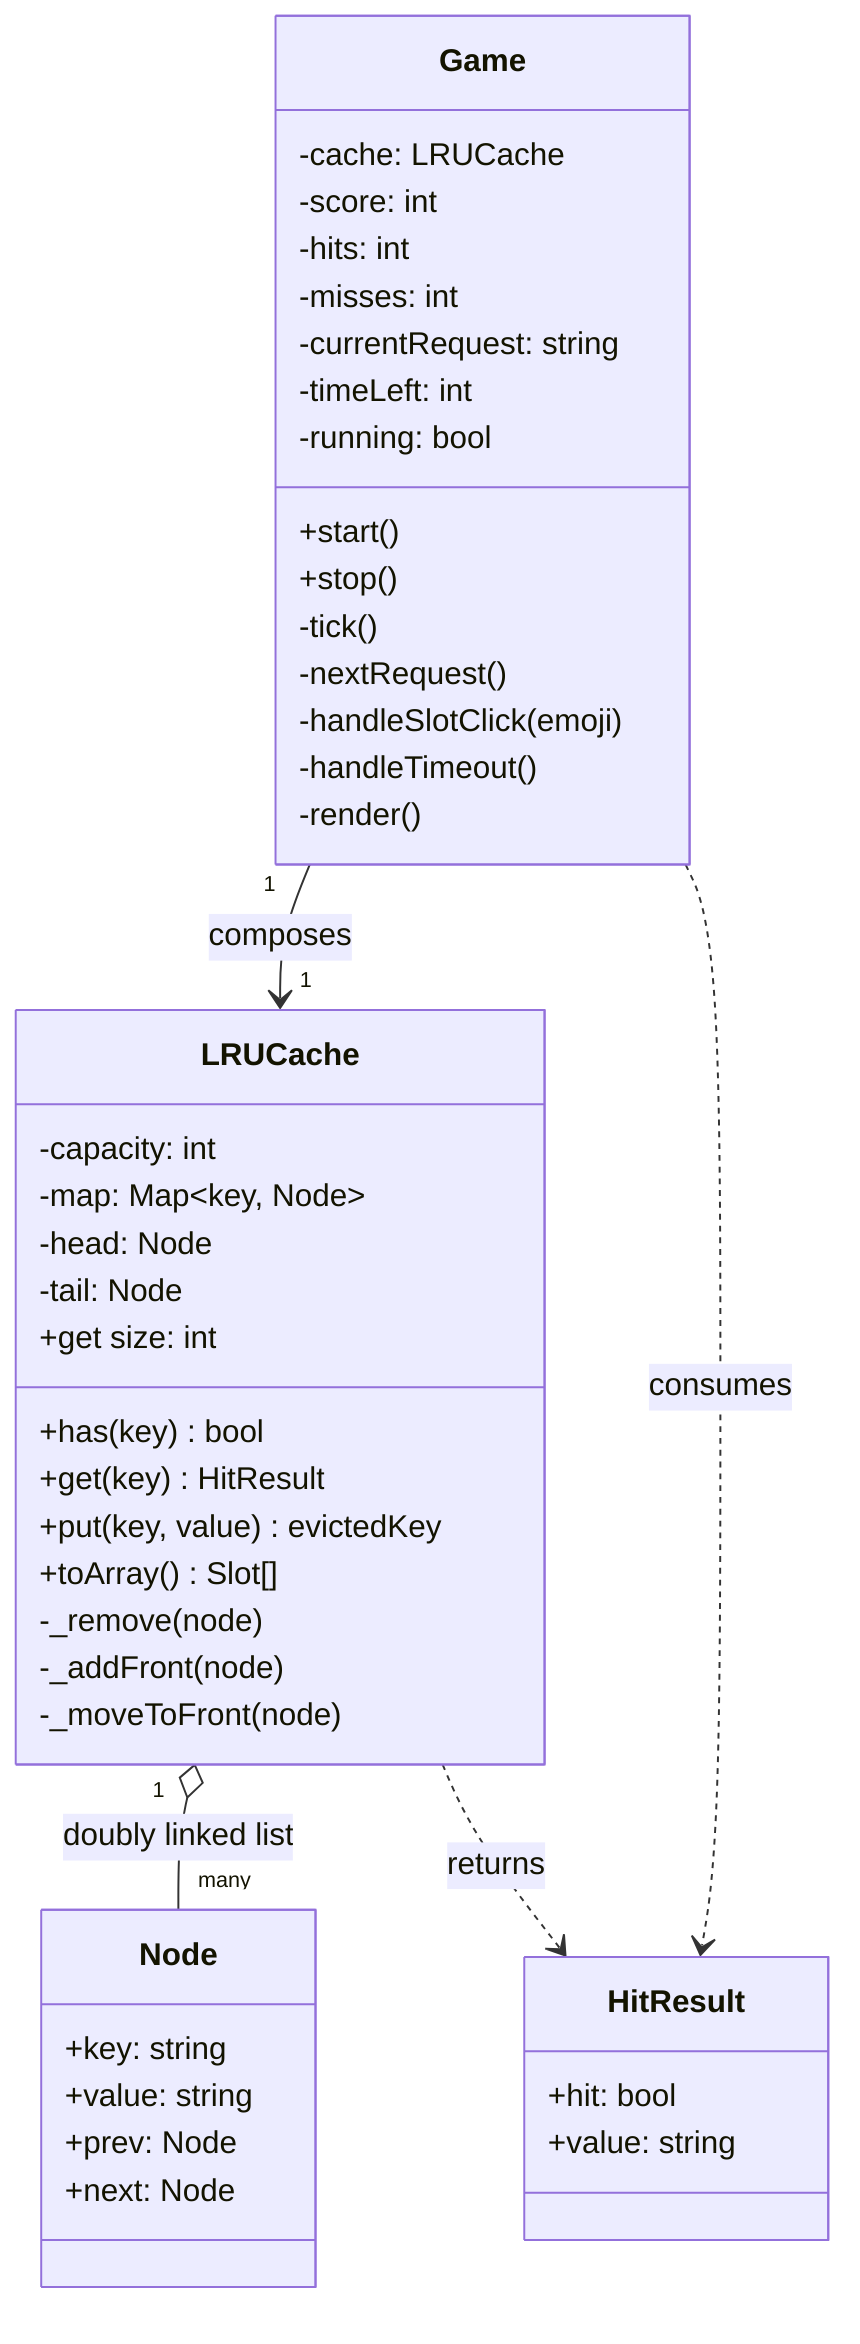
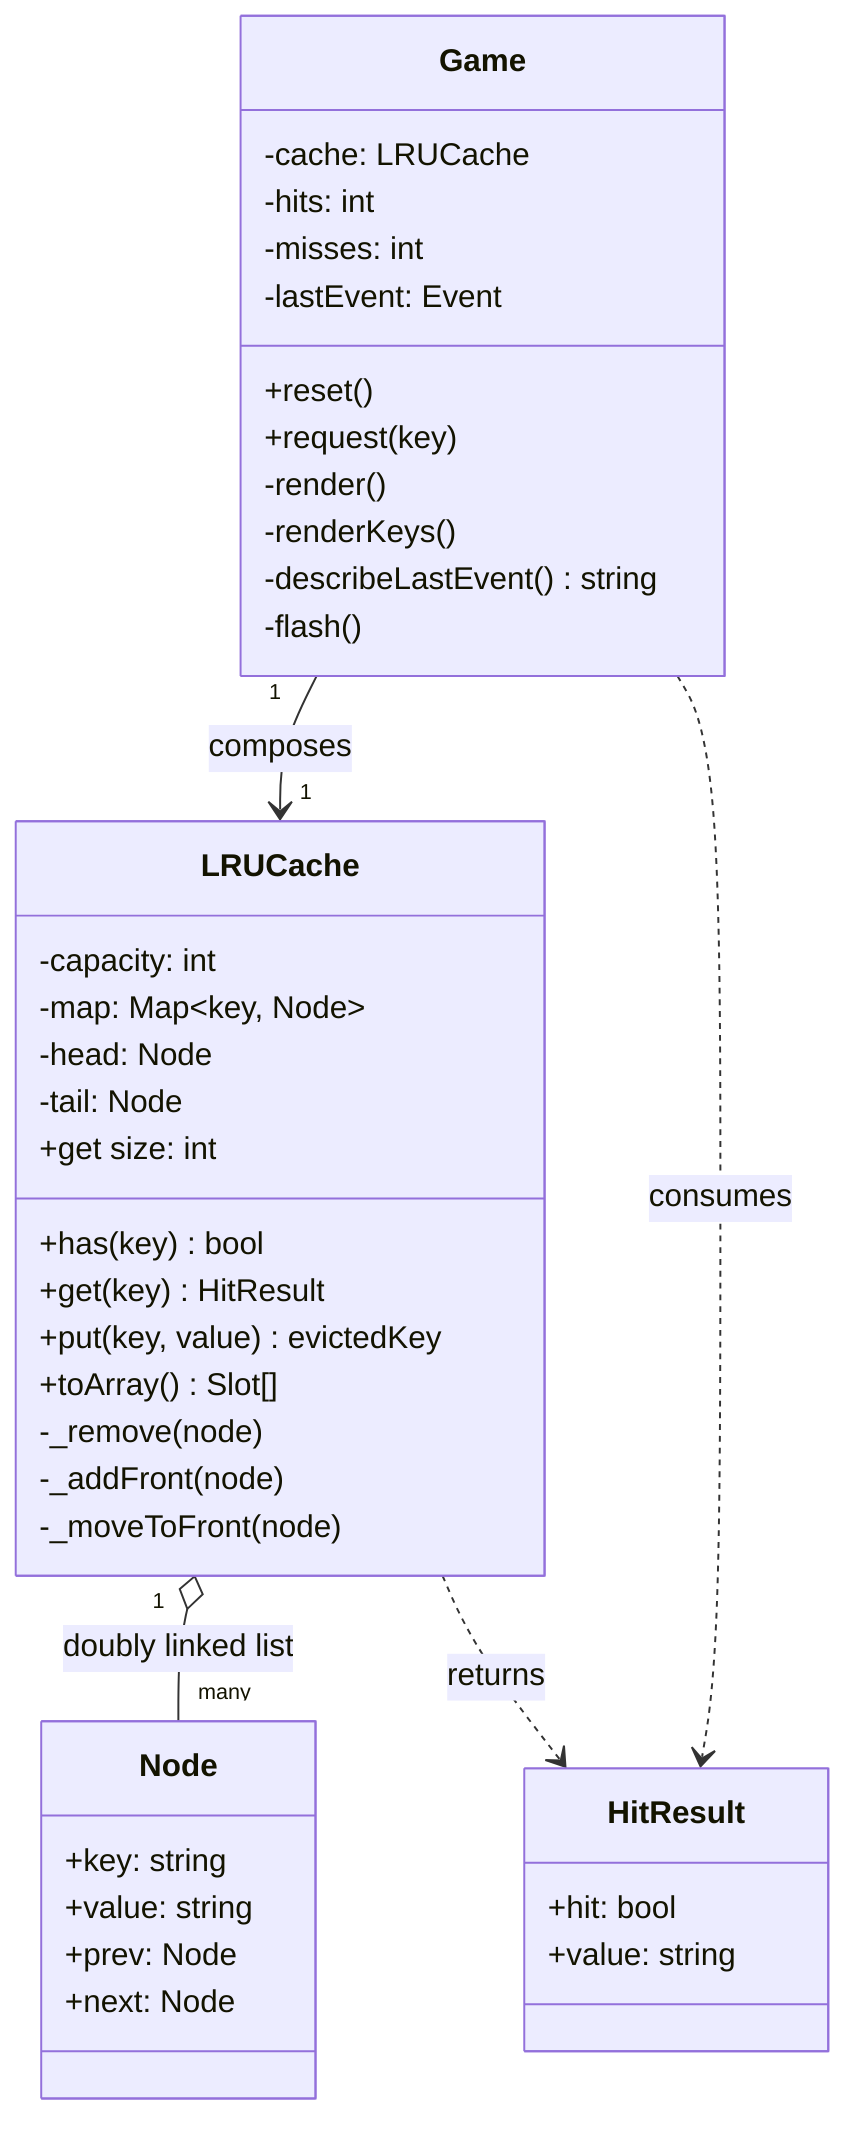
%% Cache Crash — class diagram
classDiagram
    class Node {
      +key: string
      +value: string
      +prev: Node
      +next: Node
    }

    class LRUCache {
      -capacity: int
      -map: Map~key, Node~
      -head: Node
      -tail: Node
      +get size: int
      +has(key) bool
      +get(key) HitResult
      +put(key, value) evictedKey
      +toArray() Slot[]
      -_remove(node)
      -_addFront(node)
      -_moveToFront(node)
    }

    class Game {
      -cache: LRUCache
-       -score: int
      -hits: int
      -misses: int
-       -currentRequest: string
-       -timeLeft: int
-       -running: bool
-       +start()
-       +stop()
-       -tick()
-       -nextRequest()
-       -handleSlotClick(emoji)
-       -handleTimeout()
+       -lastEvent: Event
+       +reset()
+       +request(key)
      -render()
+       -renderKeys()
+       -describeLastEvent() string
+       -flash()
    }

    class HitResult {
      +hit: bool
      +value: string
    }

    LRUCache "1" o-- "many" Node : doubly linked list
    LRUCache ..> HitResult : returns
    Game "1" --> "1" LRUCache : composes
    Game ..> HitResult : consumes
